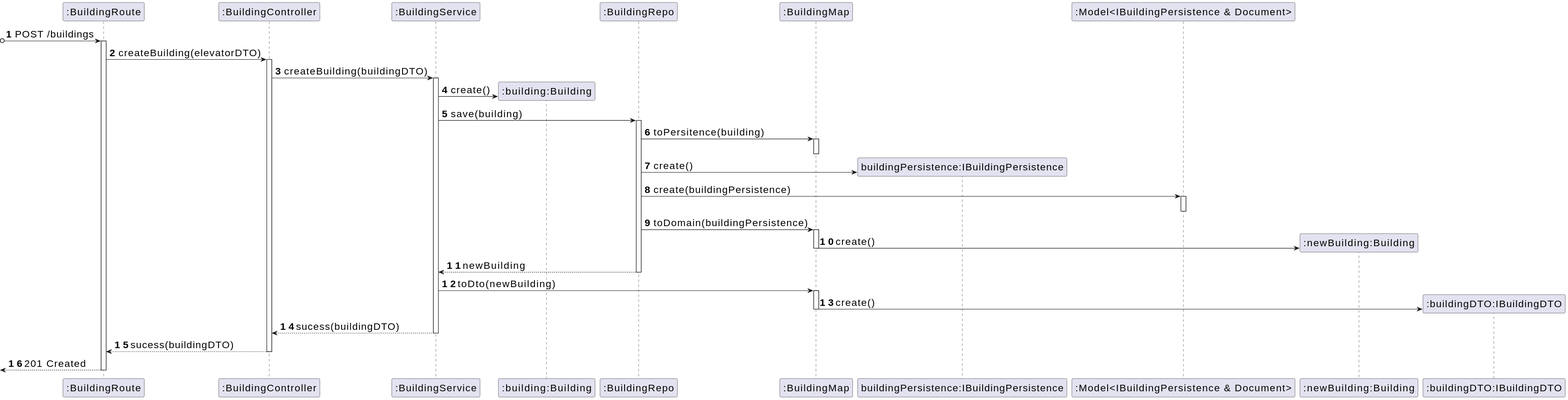
Before: _wiki/sprint-a/us01-150/views/level-3/assets/process-view.svg, a diagram exported from PlantUML (miseEnPlace-dev/lapr5).
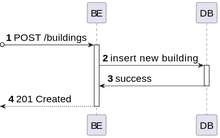
Later version of the same file.

The edit, as a diff of the source:
```diff
@@ -1,48 +1,16 @@
 @startuml
 skinparamlocked defaultFontSize 20
 autonumber
-participant ROUTE as ":BuildingRoute"
-participant CTRL as ":BuildingController"
-participant SRV as ":BuildingService"
-participant BUILD as ":building:Building"
-participant REPO as ":BuildingRepo"
-participant MAP as ":BuildingMap"
-participant PERS as "buildingPersistence:IBuildingPersistence"
-participant MODEL as ":Model<IBuildingPersistence & Document>"
-participant NBUILD as ":newBuilding:Building"
-participant DTO as ":buildingDTO:IBuildingDTO"
+participant BE as "BE"
+participant DB as "DB"
 
-?o-> ROUTE : POST /buildings
-activate ROUTE
+?o-> BE : POST /buildings
+activate BE
+BE -> DB : insert new building
+activate DB
+DB -> BE : success
+deactivate DB
 
-ROUTE -> CTRL : createBuilding(elevatorDTO)
-activate CTRL
-CTRL -> SRV : createBuilding(buildingDTO)
-activate SRV
-SRV -> BUILD** : create()
-SRV -> REPO : save(building)
-activate REPO
-REPO -> MAP : toPersitence(building)
-activate MAP
-deactivate MAP
-REPO -> PERS** : create()
-REPO -> MODEL : create(buildingPersistence)
-activate MODEL
-deactivate MODEL
-REPO -> MAP : toDomain(buildingPersistence)
-activate MAP
-MAP -> NBUILD** : create()
-deactivate MAP
-REPO --> SRV : newBuilding
-deactivate REPO
-SRV -> MAP : toDto(newBuilding)
-activate MAP
-MAP -> DTO** : create()
-deactivate MAP
-SRV --> CTRL : sucess(buildingDTO)
-deactivate SRV
-CTRL --> ROUTE : sucess(buildingDTO)
-deactivate CTRL
-<-- ROUTE : 201 Created
-deactivate ROUTE
+<-- BE : 201 Created
+deactivate BE
 @enduml
```
